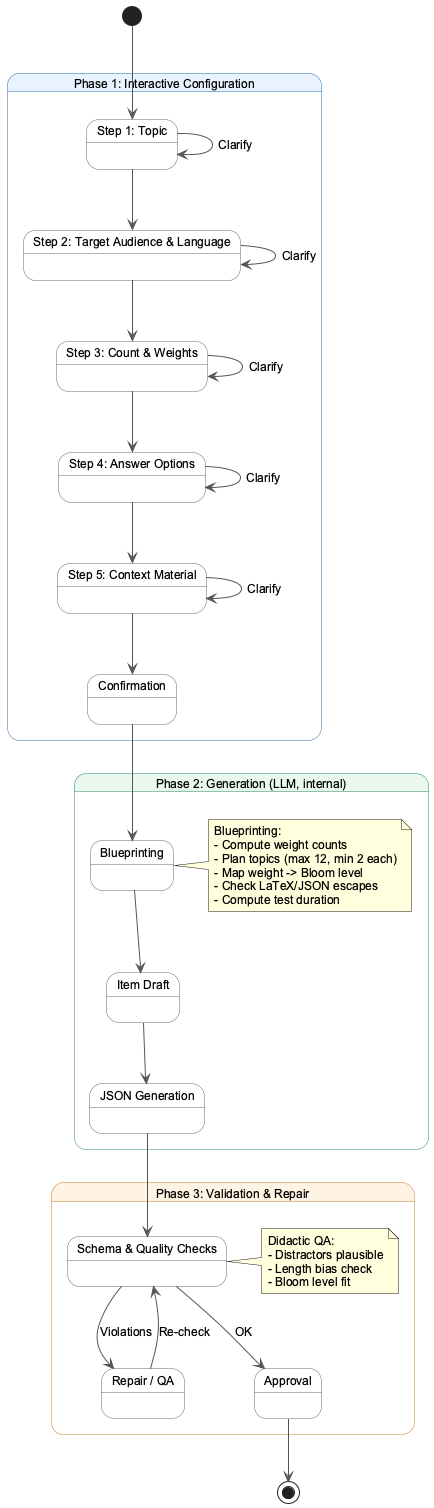
Earlier version of the PlantUML export docs/mc-test-paper/images/fsm_workflow_current.png (kqc-real/streamlit).
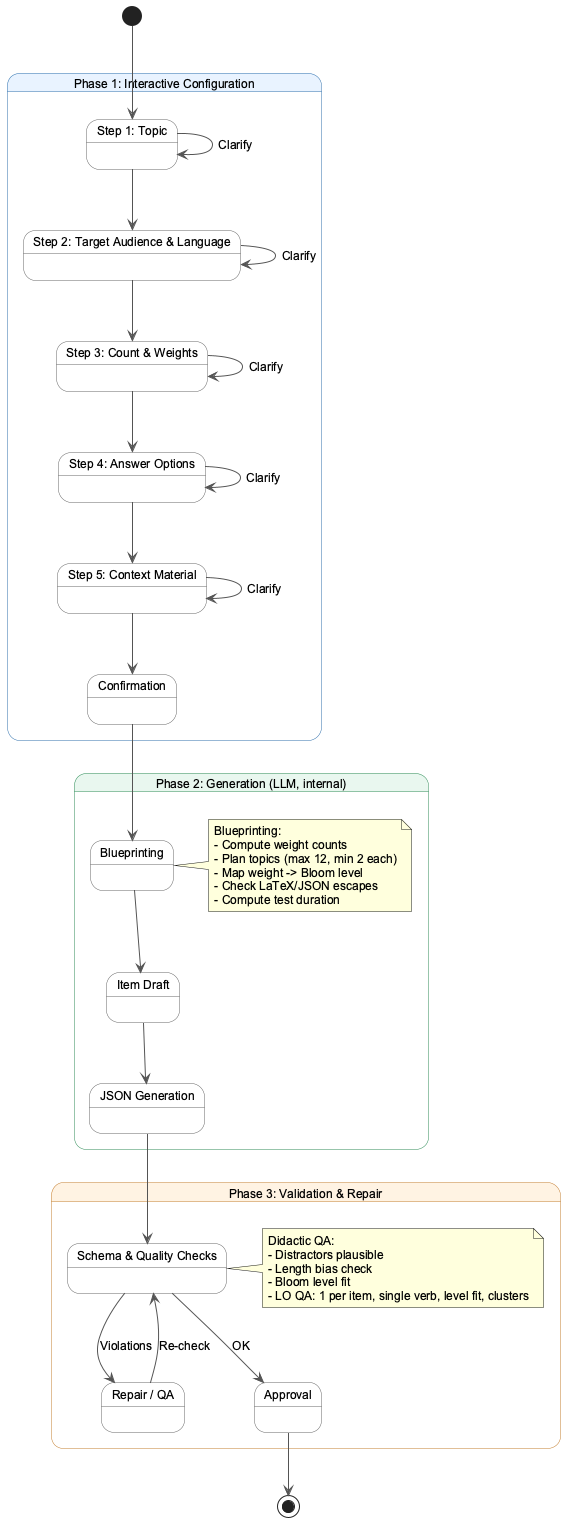
Above is the later version.

What changed in the source:
```diff
@@ -78,6 +78,7 @@
     - Distractors plausible
     - Length bias check
     - Bloom level fit
+    - LO QA: 1 per item, single verb, level fit, clusters
   end note
 }
 
```
